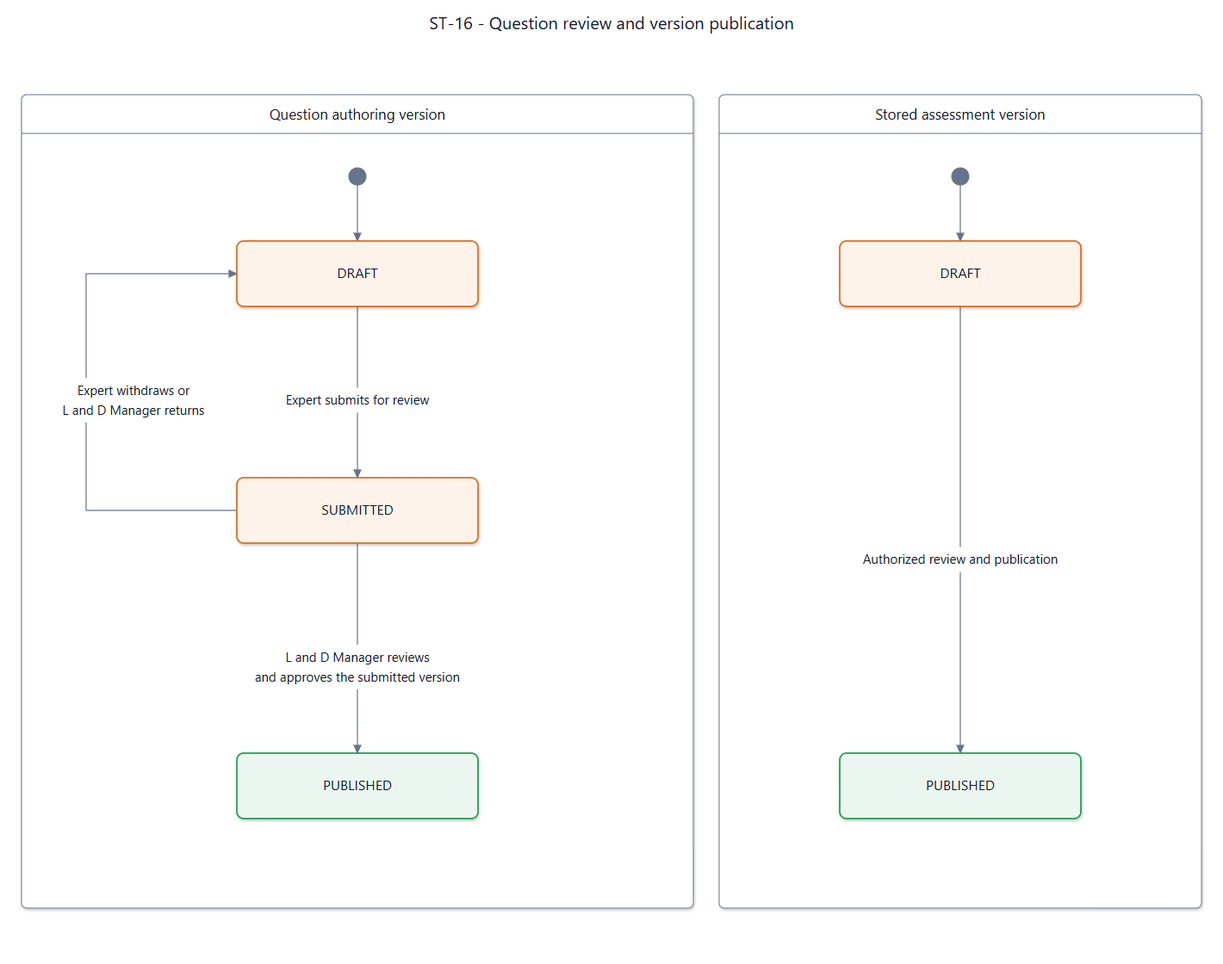
The Mermaid diagram documents/diagrams/mermaid/st-16.png in SEP490-Fall-2026-GFA26SE64/SEP490, before a commit. Its source is kept beside it as documents/diagrams/mermaid/st-16.mmd.
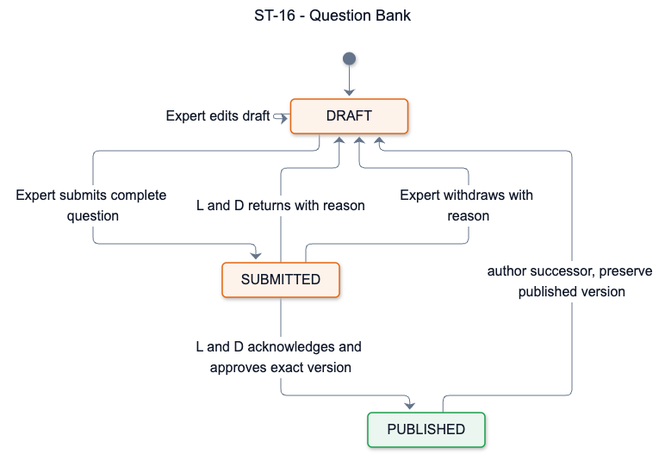
The same file after the commit.

Change to the diagram source:
```diff
@@ -1,16 +1,20 @@
 ---
-title: "ST-16 - Question/assessment version publication (physical foundation)"
+title: "ST-16 - Question Bank"
 config: {"theme":"base","fontFamily":"Segoe UI, Arial, sans-serif","themeVariables":{"fontFamily":"Segoe UI, Arial, sans-serif","fontSize":"16px","primaryColor":"#ffffff","primaryTextColor":"#0f1729","primaryBorderColor":"#64748b","secondaryColor":"#fef3eb","tertiaryColor":"#ffffff","lineColor":"#64748b","textColor":"#0f1729","mainBkg":"#ffffff","background":"#ffffff","clusterBkg":"#ffffff","clusterBorder":"#64748b","edgeLabelBackground":"#ffffff","titleColor":"#0f1729","noteBkgColor":"#fef3eb","noteTextColor":"#0f1729","noteBorderColor":"#e6650f","labelColor":"#0f1729","compositeBackground":"#ffffff","compositeTitleBackground":"#ffffff","compositeBorder":"#64748b","altBackground":"#ffffff","nodeBorder":"#64748b","nodeTextColor":"#0f1729","cScale0":"#ffffff","cScaleLabel0":"#0f1729","cScale1":"#ffffff","cScaleLabel1":"#0f1729","cScale2":"#ffffff","cScaleLabel2":"#0f1729","cScale3":"#ffffff","cScaleLabel3":"#0f1729","cScale4":"#ffffff","cScaleLabel4":"#0f1729","cScale5":"#ffffff","cScaleLabel5":"#0f1729","cScale6":"#ffffff","cScaleLabel6":"#0f1729","cScale7":"#ffffff","cScaleLabel7":"#0f1729","cScale8":"#ffffff","cScaleLabel8":"#0f1729","cScale9":"#ffffff","cScaleLabel9":"#0f1729","cScale10":"#ffffff","cScaleLabel10":"#0f1729","cScale11":"#ffffff","cScaleLabel11":"#0f1729","secondaryBorderColor":"#64748b","tertiaryBorderColor":"#64748b","secondaryTextColor":"#0f1729","tertiaryTextColor":"#0f1729"},"state":{"nodeSpacing":42,"rankSpacing":64,"padding":16,"fontSize":16,"wrappingWidth":250}}
 ---
 stateDiagram-v2
-  state "DRAFT" as SDD_ST_16_DRAFT
-  state "PUBLISHED" as SDD_ST_16_PUBLISHED
-  [*] --> SDD_ST_16_DRAFT
-  SDD_ST_16_DRAFT --> SDD_ST_16_PUBLISHED : authorized review and publication
-  SDD_ST_16_PUBLISHED --> SDD_ST_16_PUBLISHED : retain immutable version
-
-  classDef accepted fill:#eaf6ef,stroke:#1a9e4a,color:#0f1729,stroke-width:1.5px
-  class SDD_ST_16_PUBLISHED accepted
+  state "DRAFT" as SDD_ST_16_Draft
+  state "SUBMITTED" as SDD_ST_16_Submitted
+  state "PUBLISHED" as SDD_ST_16_Published
+  [*] --> SDD_ST_16_Draft
+  SDD_ST_16_Draft --> SDD_ST_16_Draft : Expert edits draft
+  SDD_ST_16_Draft --> SDD_ST_16_Submitted : Expert submits complete question
+  SDD_ST_16_Submitted --> SDD_ST_16_Draft : L and D returns with reason
+  SDD_ST_16_Submitted --> SDD_ST_16_Draft : Expert withdraws with reason
+  SDD_ST_16_Submitted --> SDD_ST_16_Published : L and D acknowledges and approves exact version
+  SDD_ST_16_Published --> SDD_ST_16_Draft : author successor, preserve published version
 
   classDef working fill:#fef3eb,stroke:#e6650f,color:#0f1729,stroke-width:1.5px
-  class SDD_ST_16_DRAFT working
+  classDef accepted fill:#eaf6ef,stroke:#1a9e4a,color:#0f1729,stroke-width:1.5px
+  class SDD_ST_16_Draft,SDD_ST_16_Submitted working
+  class SDD_ST_16_Published accepted
```
